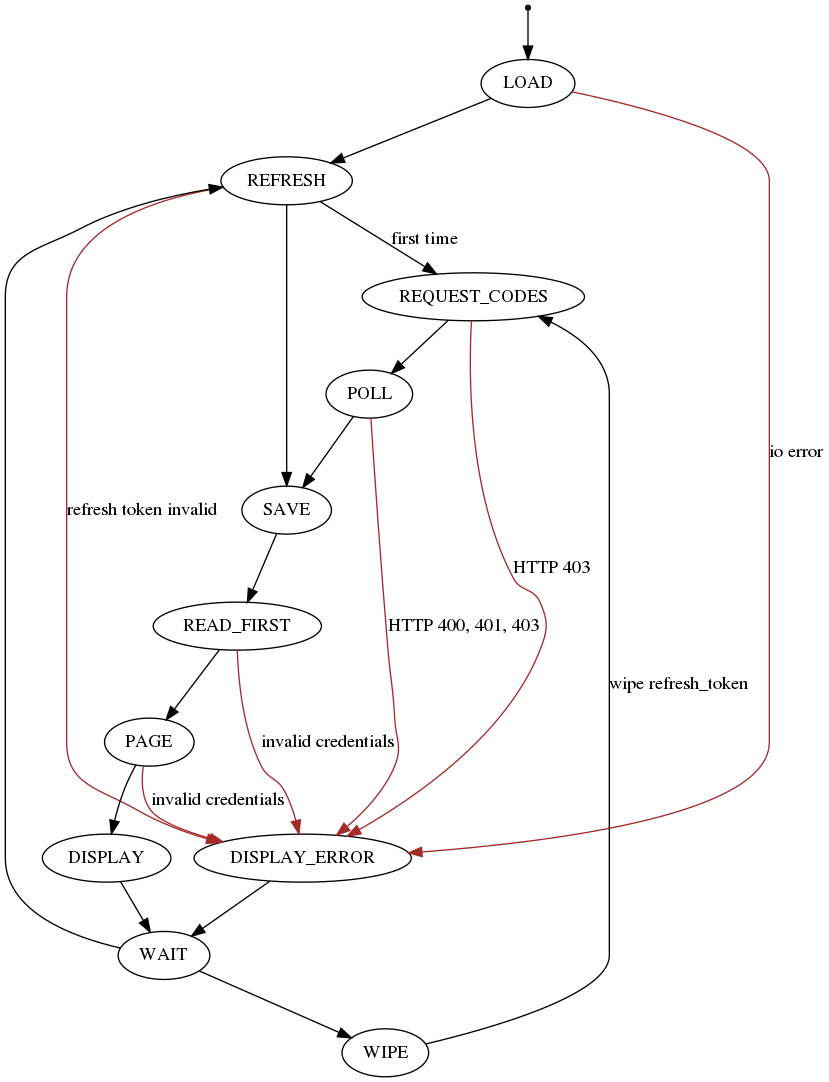
kieranjwhite/calendar_mirror keeps this Graphviz diagram as docs/std.png. Above is the earlier version. Its source is kept beside it as docs/std.dot.
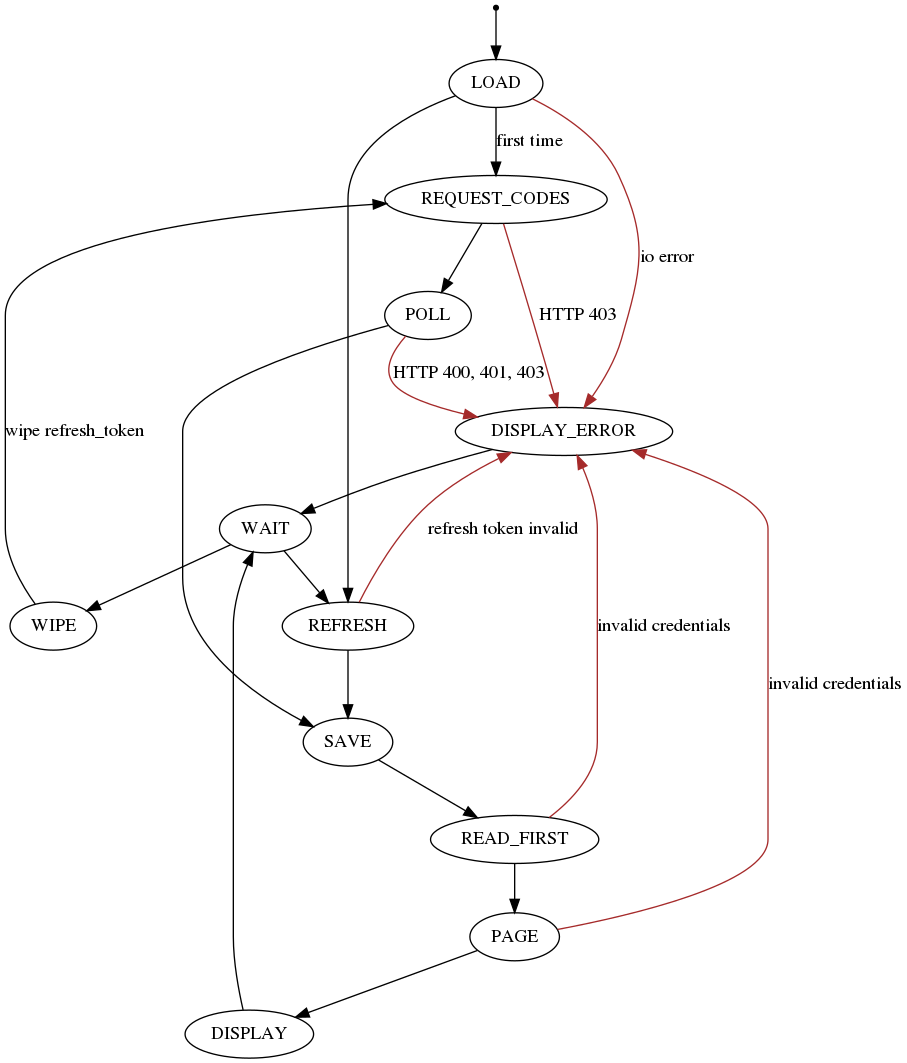
The same diagram one commit later.

Change to the diagram source:
```diff
@@ -19,7 +19,7 @@
 "WIPE" [shape="ellipse"];
 
 start -> "LOAD";
-"REFRESH" -> "REQUEST_CODES" [label="first time"];
+"LOAD" -> "REQUEST_CODES" [label="first time"];
 "WIPE" -> "REQUEST_CODES" [label="wipe refresh_token"];
 "LOAD" -> "REFRESH";
 "WAIT" -> "REFRESH";
```
